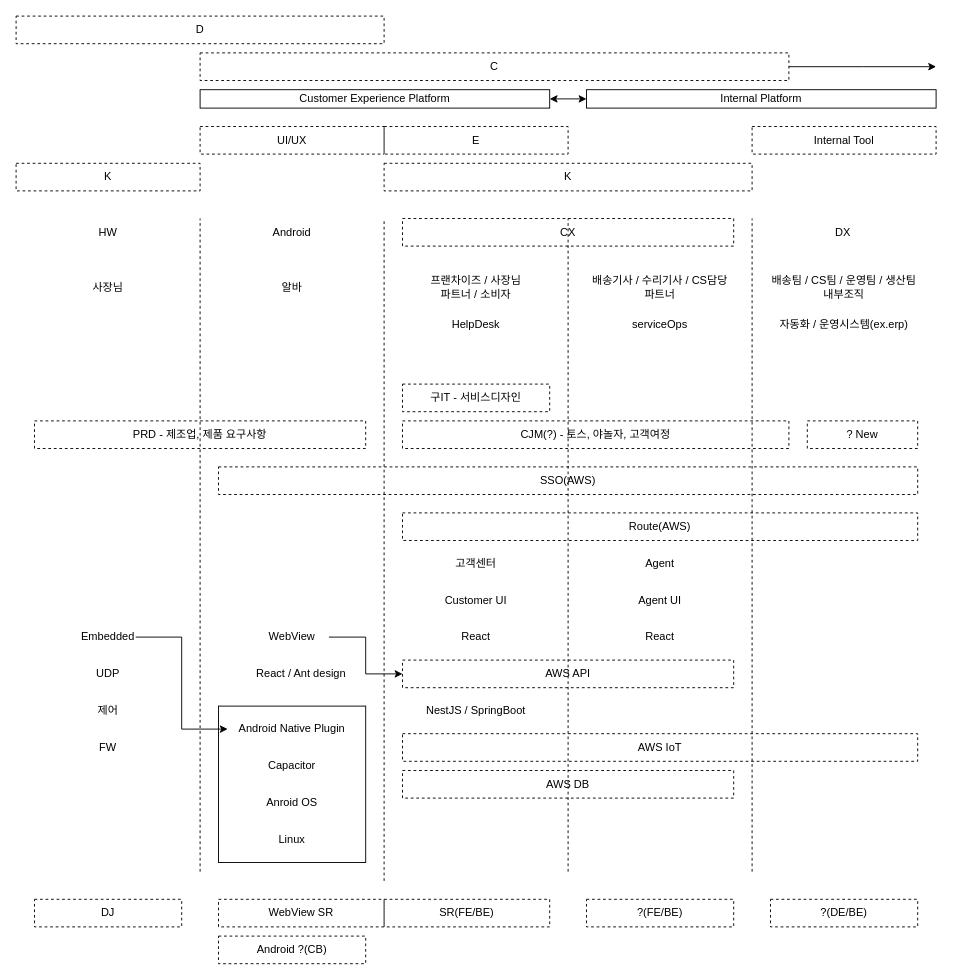
devchan64/note keeps this draw.io diagram as 제목 없는 다이어그램.drawio. Above is the earlier version. Source tidied: cells renumbered, new cells numbered last; positions are measured from the earlier drawing's top-left corner, leaving out a move shared by most shapes. Both pictures are drawn from the tidied source at 92%, with x=0, y=0 at pixel (16, 16).
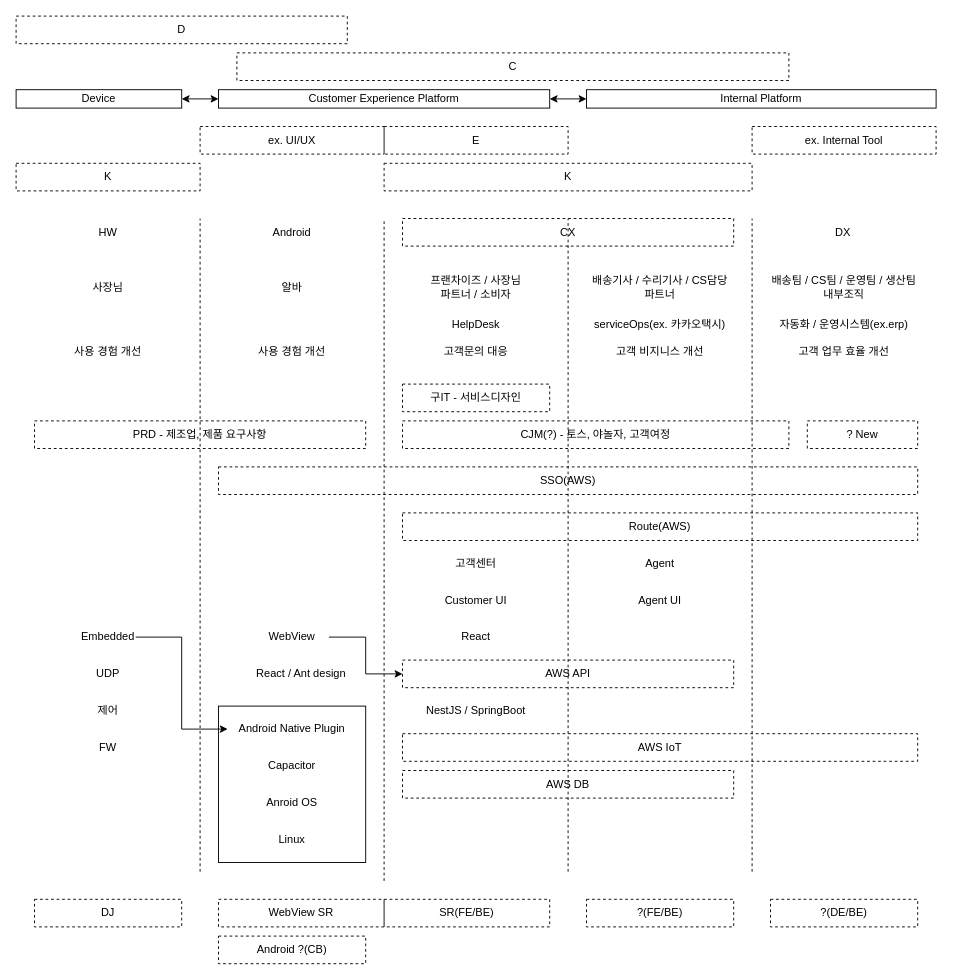
Above is the later version.

Commit message:
제목 없는 다이어그램.drawio 업데이트

Diff of the diagram source:
```diff
@@
-    <mxCell id="16" value="React" style="text;html=1;align=center;verticalAlign=middle;whiteSpace=wrap;rounded=0;" parent="1" vertex="1">
-      <mxGeometry x="630" y="660" width="140" height="30" as="geometry" />
-    </mxCell>
@@
-    <mxCell id="39" value="serviceOps" style="text;html=1;align=center;verticalAlign=middle;whiteSpace=wrap;rounded=0;" parent="1" vertex="1">
-      <mxGeometry x="670" y="320" width="60" height="30" as="geometry" />
+    <mxCell id="39" value="serviceOps(ex. 카카오택시)" style="text;html=1;align=center;verticalAlign=middle;whiteSpace=wrap;rounded=0;" parent="1" vertex="1">
+      <mxGeometry x="620" y="320" width="160" height="30" as="geometry" />
     </mxCell>
     <mxCell id="40" value="D" style="text;html=1;align=center;verticalAlign=middle;whiteSpace=wrap;rounded=0;dashed=1;strokeColor=default;" parent="1" vertex="1">
-      <mxGeometry width="400" height="30" as="geometry" />
+      <mxGeometry width="360" height="30" as="geometry" />
     </mxCell>
-    <mxCell id="41" style="edgeStyle=orthogonalEdgeStyle;rounded=0;jettySize=auto;html=1;exitX=1;exitY=0.5;exitDx=0;exitDy=0;" parent="1" edge="1" source="42">
-      <mxGeometry relative="1" as="geometry">
-        <mxPoint x="1000" y="55" as="targetPoint" />
-      </mxGeometry>
-    </mxCell>
     <mxCell id="42" value="C" style="text;html=1;align=center;verticalAlign=middle;whiteSpace=wrap;rounded=0;dashed=1;strokeColor=default;" parent="1" vertex="1">
-      <mxGeometry x="200" y="40" width="640" height="30" as="geometry" />
+      <mxGeometry x="240" y="40" width="600" height="30" as="geometry" />
     </mxCell>
@@
-    <mxCell id="59" value="Internal Tool" style="text;html=1;align=center;verticalAlign=middle;whiteSpace=wrap;rounded=0;dashed=1;strokeColor=default;" parent="1" vertex="1">
+    <mxCell id="59" value="ex. Internal Tool" style="text;html=1;align=center;verticalAlign=middle;whiteSpace=wrap;rounded=0;dashed=1;strokeColor=default;" parent="1" vertex="1">
       <mxGeometry x="800" y="120" width="200" height="30" as="geometry" />
     </mxCell>
@@
     <mxCell id="61" value="Customer Experience Platform" style="rounded=0;whiteSpace=wrap;html=1;" parent="1" vertex="1">
-      <mxGeometry x="200" y="80" width="380" height="20" as="geometry" />
+      <mxGeometry x="220" y="80" width="360" height="20" as="geometry" />
     </mxCell>
-    <mxCell id="62" value="UI/UX" style="text;html=1;align=center;verticalAlign=middle;whiteSpace=wrap;rounded=0;dashed=1;strokeColor=default;" parent="1" vertex="1">
+    <mxCell id="62" value="ex. UI/UX" style="text;html=1;align=center;verticalAlign=middle;whiteSpace=wrap;rounded=0;dashed=1;strokeColor=default;" parent="1" vertex="1">
       <mxGeometry x="200" y="120" width="200" height="30" as="geometry" />
     </mxCell>
@@
+    <mxCell id="64" value="고객문의 대응" style="text;html=1;align=center;verticalAlign=middle;whiteSpace=wrap;rounded=0;" parent="1" vertex="1">
+      <mxGeometry x="460" y="350" width="80" height="30" as="geometry" />
+    </mxCell>
+    <mxCell id="65" value="고객 비지니스 개선" style="text;html=1;align=center;verticalAlign=middle;whiteSpace=wrap;rounded=0;" parent="1" vertex="1">
+      <mxGeometry x="640" y="350" width="120" height="30" as="geometry" />
+    </mxCell>
+    <mxCell id="66" value="고객 업무 효율 개선" style="text;html=1;align=center;verticalAlign=middle;whiteSpace=wrap;rounded=0;" parent="1" vertex="1">
+      <mxGeometry x="840" y="350" width="120" height="30" as="geometry" />
+    </mxCell>
+    <mxCell id="67" value="사용 경험 개선" style="text;html=1;align=center;verticalAlign=middle;whiteSpace=wrap;rounded=0;" parent="1" vertex="1">
+      <mxGeometry x="260" y="350" width="80" height="30" as="geometry" />
+    </mxCell>
+    <mxCell id="68" value="사용 경험 개선" style="text;html=1;align=center;verticalAlign=middle;whiteSpace=wrap;rounded=0;" parent="1" vertex="1">
+      <mxGeometry x="60" y="350" width="80" height="30" as="geometry" />
+    </mxCell>
+    <mxCell id="69" value="Device" style="rounded=0;whiteSpace=wrap;html=1;" parent="1" vertex="1">
+      <mxGeometry y="80" width="180" height="20" as="geometry" />
+    </mxCell>
+    <mxCell id="70" style="endArrow=classic;startArrow=classic;html=1;rounded=0;exitX=1;exitY=0.5;exitDx=0;exitDy=0;entryX=0;entryY=0.5;entryDx=0;entryDy=0;" parent="1" edge="1" source="69" target="61">
+      <mxGeometry relative="1" as="geometry" />
+    </mxCell>
```
